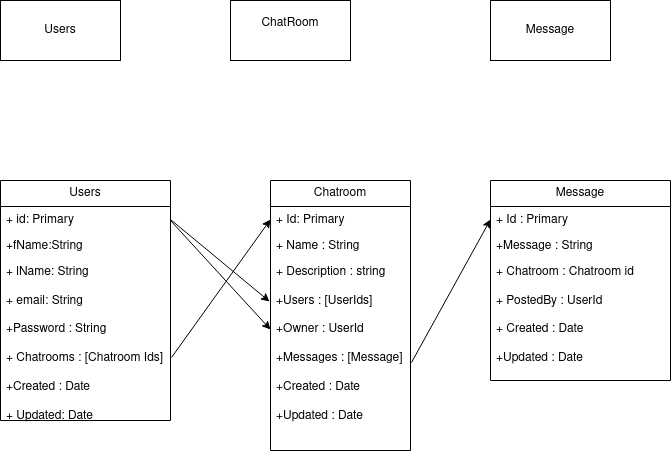
Hrishabh963/Chat_App_Schema_Design keeps this draw.io diagram as Chatroom_Schema.drawio.png. Above is the earlier version. Source tidied: cells renumbered, new cells last; positions are measured from the earlier drawing's top-left corner, leaving out a move shared by most shapes.
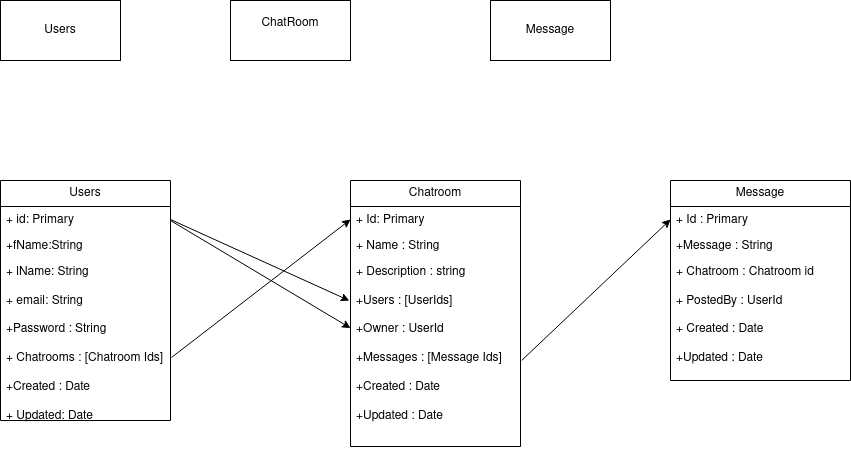
Above is the later version.

What changed in the source:
```diff
@@ -24,19 +24,19 @@
       <mxGeometry y="78" width="170" height="162" as="geometry" />
     </mxCell>
     <mxCell id="9" value="Chatroom" style="swimlane;fontStyle=0;horizontal=1;startSize=26;fillColor=none;whiteSpace=wrap;html=1;" parent="1" vertex="1">
-      <mxGeometry x="270" y="180" width="140" height="270" as="geometry" />
+      <mxGeometry x="350" y="180" width="170" height="266" as="geometry" />
     </mxCell>
     <mxCell id="10" value="+ Id: Primary" style="text;strokeColor=none;fillColor=none;align=left;verticalAlign=top;spacingLeft=4;spacingRight=4;overflow=hidden;points=[[0,0.5],[1,0.5]];portConstraint=eastwest;whiteSpace=wrap;html=1;" parent="9" vertex="1">
-      <mxGeometry y="26" width="140" height="26" as="geometry" />
+      <mxGeometry y="26" width="170" height="26" as="geometry" />
     </mxCell>
     <mxCell id="11" value="+ Name : String" style="text;strokeColor=none;fillColor=none;align=left;verticalAlign=top;spacingLeft=4;spacingRight=4;overflow=hidden;whiteSpace=wrap;html=1;" parent="9" vertex="1">
-      <mxGeometry y="52" width="140" height="26" as="geometry" />
+      <mxGeometry y="52" width="170" height="26" as="geometry" />
     </mxCell>
-    <mxCell id="12" value="&lt;div&gt;+ Description : string&lt;/div&gt;&lt;div&gt;&lt;br&gt;&lt;/div&gt;&lt;div&gt;+Users : [UserIds]&lt;/div&gt;&lt;div&gt;&lt;br&gt;&lt;/div&gt;&lt;div&gt;+Owner : UserId&lt;/div&gt;&lt;div&gt;&lt;br&gt;&lt;/div&gt;&lt;div&gt;+Messages : [Message]&lt;/div&gt;&lt;div&gt;&lt;br&gt;&lt;/div&gt;&lt;div&gt;+Created : Date&lt;/div&gt;&lt;div&gt;&lt;br&gt;&lt;/div&gt;&lt;div&gt;+Updated : Date&lt;/div&gt;" style="text;strokeColor=none;fillColor=none;align=left;verticalAlign=top;spacingLeft=4;spacingRight=4;overflow=hidden;points=[[0,0.5],[1,0.5]];portConstraint=eastwest;whiteSpace=wrap;html=1;" parent="9" vertex="1">
-      <mxGeometry y="78" width="140" height="192" as="geometry" />
+    <mxCell id="12" value="&lt;div&gt;+ Description : string&lt;/div&gt;&lt;div&gt;&lt;br&gt;&lt;/div&gt;&lt;div&gt;+Users : [UserIds]&lt;/div&gt;&lt;div&gt;&lt;br&gt;&lt;/div&gt;&lt;div&gt;+Owner : UserId&lt;/div&gt;&lt;div&gt;&lt;br&gt;&lt;/div&gt;&lt;div&gt;+Messages : [Message Ids]&lt;/div&gt;&lt;div&gt;&lt;br&gt;&lt;/div&gt;&lt;div&gt;+Created : Date&lt;/div&gt;&lt;div&gt;&lt;br&gt;&lt;/div&gt;&lt;div&gt;+Updated : Date&lt;/div&gt;" style="text;strokeColor=none;fillColor=none;align=left;verticalAlign=top;spacingLeft=4;spacingRight=4;overflow=hidden;points=[[0,0.5],[1,0.5]];portConstraint=eastwest;whiteSpace=wrap;html=1;" parent="9" vertex="1">
+      <mxGeometry y="78" width="170" height="188" as="geometry" />
     </mxCell>
     <mxCell id="13" value="Message" style="swimlane;fontStyle=0;horizontal=1;startSize=26;fillColor=none;whiteSpace=wrap;html=1;" parent="1" vertex="1">
-      <mxGeometry x="490" y="180" width="180" height="200" as="geometry" />
+      <mxGeometry x="670" y="180" width="180" height="200" as="geometry" />
     </mxCell>
     <mxCell id="14" value="+ Id : Primary" style="text;strokeColor=none;fillColor=none;align=left;verticalAlign=top;spacingLeft=4;spacingRight=4;overflow=hidden;points=[[0,0.5],[1,0.5]];portConstraint=eastwest;whiteSpace=wrap;html=1;" parent="13" vertex="1">
       <mxGeometry y="26" width="180" height="26" as="geometry" />
```
